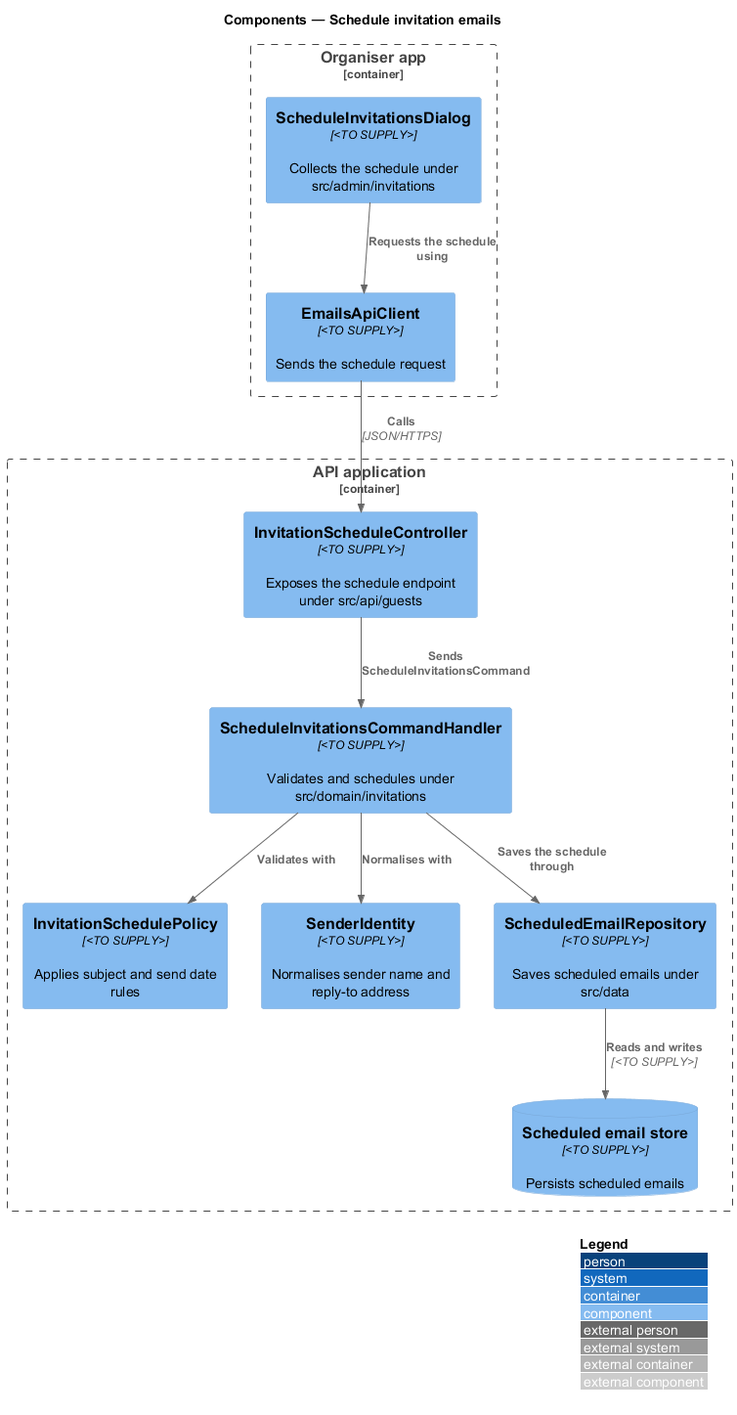
This is docs/detailed-designs/invitations/schedule-invitations/diagrams/c4-component.png from QuinntyneBrown/rsvp-cms, a PlantUML export, as it was before one commit. The source it was exported from:
```plantuml
@startuml
!include <C4/C4_Component>
LAYOUT_WITH_LEGEND()
title Components — Schedule invitation emails

Container_Boundary(admin, "Organiser app") {
  Component(dialog, "ScheduleInvitationsDialog", "<TO SUPPLY>", "Collects the schedule under src/admin/invitations")
  Component(client, "EmailsApiClient", "<TO SUPPLY>", "Sends the schedule request")
}
Container_Boundary(api, "API application") {
  Component(ctrl, "InvitationScheduleController", "<TO SUPPLY>", "Exposes the schedule endpoint under src/api/guests")
  Component(handler, "ScheduleInvitationsCommandHandler", "<TO SUPPLY>", "Validates and schedules under src/domain/invitations")
  Component(policy, "InvitationSchedulePolicy", "<TO SUPPLY>", "Applies subject and send date rules")
  Component(sender, "SenderIdentity", "<TO SUPPLY>", "Normalises sender name and reply-to address")
  Component(repo, "ScheduledEmailRepository", "<TO SUPPLY>", "Saves scheduled emails under src/data")
  ComponentDb(store, "Scheduled email store", "<TO SUPPLY>", "Persists scheduled emails")
}

Rel(dialog, client, "Requests the schedule using")
Rel(client, ctrl, "Calls", "JSON/HTTPS")
Rel(ctrl, handler, "Sends ScheduleInvitationsCommand")
Rel(handler, policy, "Validates with")
Rel(handler, sender, "Normalises with")
Rel(handler, repo, "Saves the schedule through")
Rel(repo, store, "Reads and writes", "<TO SUPPLY>")
@enduml
```
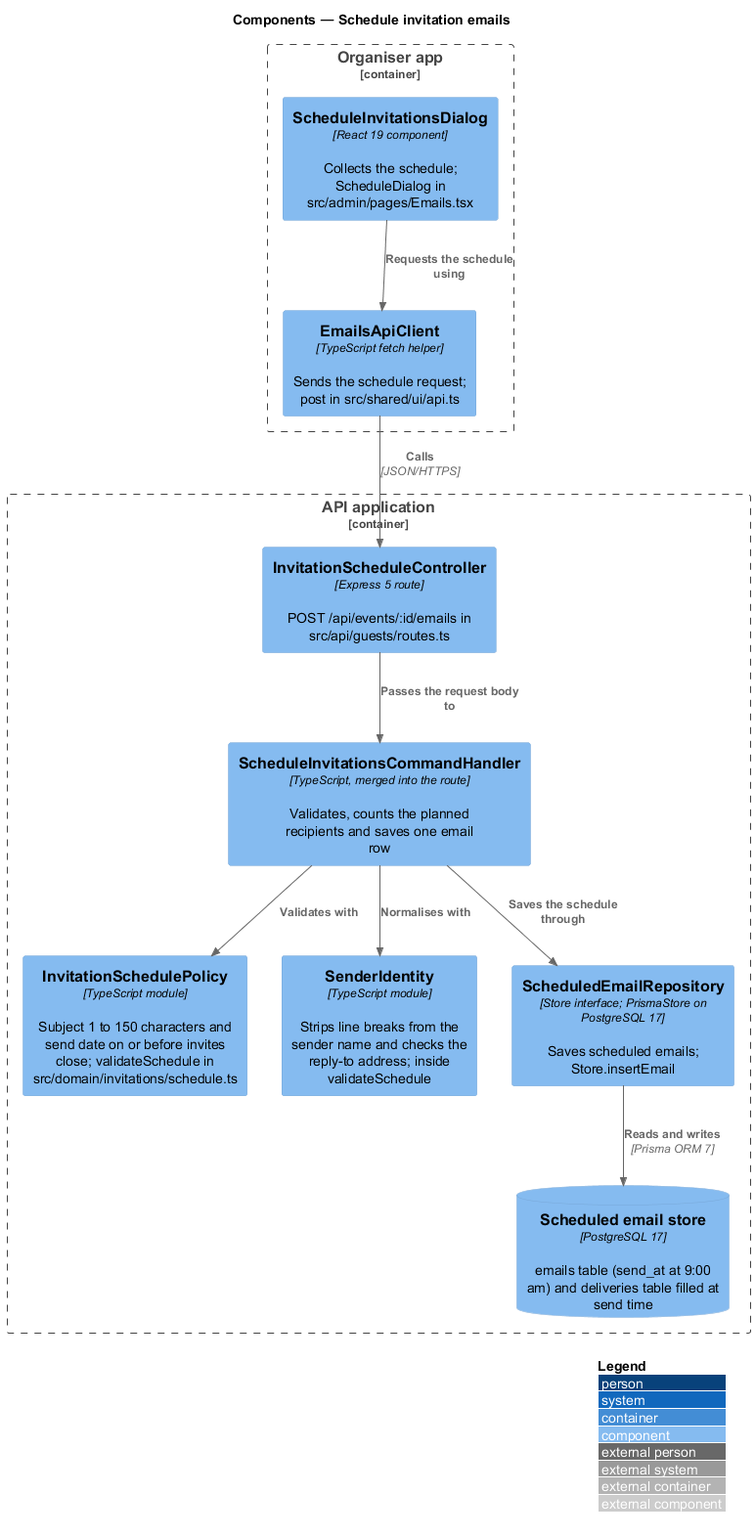
After the commit.

Diff of the diagram source:
```diff
@@ -4,23 +4,23 @@
 title Components — Schedule invitation emails
 
 Container_Boundary(admin, "Organiser app") {
-  Component(dialog, "ScheduleInvitationsDialog", "<TO SUPPLY>", "Collects the schedule under src/admin/invitations")
-  Component(client, "EmailsApiClient", "<TO SUPPLY>", "Sends the schedule request")
+  Component(dialog, "ScheduleInvitationsDialog", "React 19 component", "Collects the schedule; ScheduleDialog in src/admin/pages/Emails.tsx")
+  Component(client, "EmailsApiClient", "TypeScript fetch helper", "Sends the schedule request; post in src/shared/ui/api.ts")
 }
 Container_Boundary(api, "API application") {
-  Component(ctrl, "InvitationScheduleController", "<TO SUPPLY>", "Exposes the schedule endpoint under src/api/guests")
-  Component(handler, "ScheduleInvitationsCommandHandler", "<TO SUPPLY>", "Validates and schedules under src/domain/invitations")
-  Component(policy, "InvitationSchedulePolicy", "<TO SUPPLY>", "Applies subject and send date rules")
-  Component(sender, "SenderIdentity", "<TO SUPPLY>", "Normalises sender name and reply-to address")
-  Component(repo, "ScheduledEmailRepository", "<TO SUPPLY>", "Saves scheduled emails under src/data")
-  ComponentDb(store, "Scheduled email store", "<TO SUPPLY>", "Persists scheduled emails")
+  Component(ctrl, "InvitationScheduleController", "Express 5 route", "POST /api/events/:id/emails in src/api/guests/routes.ts")
+  Component(handler, "ScheduleInvitationsCommandHandler", "TypeScript, merged into the route", "Validates, counts the planned recipients and saves one email row")
+  Component(policy, "InvitationSchedulePolicy", "TypeScript module", "Subject 1 to 150 characters and send date on or before invites close; validateSchedule in src/domain/invitations/schedule.ts")
+  Component(sender, "SenderIdentity", "TypeScript module", "Strips line breaks from the sender name and checks the reply-to address; inside validateSchedule")
+  Component(repo, "ScheduledEmailRepository", "Store interface; PrismaStore on PostgreSQL 17", "Saves scheduled emails; Store.insertEmail")
+  ComponentDb(store, "Scheduled email store", "PostgreSQL 17", "emails table (send_at at 9:00 am) and deliveries table filled at send time")
 }
 
 Rel(dialog, client, "Requests the schedule using")
 Rel(client, ctrl, "Calls", "JSON/HTTPS")
-Rel(ctrl, handler, "Sends ScheduleInvitationsCommand")
+Rel(ctrl, handler, "Passes the request body to")
 Rel(handler, policy, "Validates with")
 Rel(handler, sender, "Normalises with")
 Rel(handler, repo, "Saves the schedule through")
-Rel(repo, store, "Reads and writes", "<TO SUPPLY>")
+Rel(repo, store, "Reads and writes", "Prisma ORM 7")
 @enduml
```
